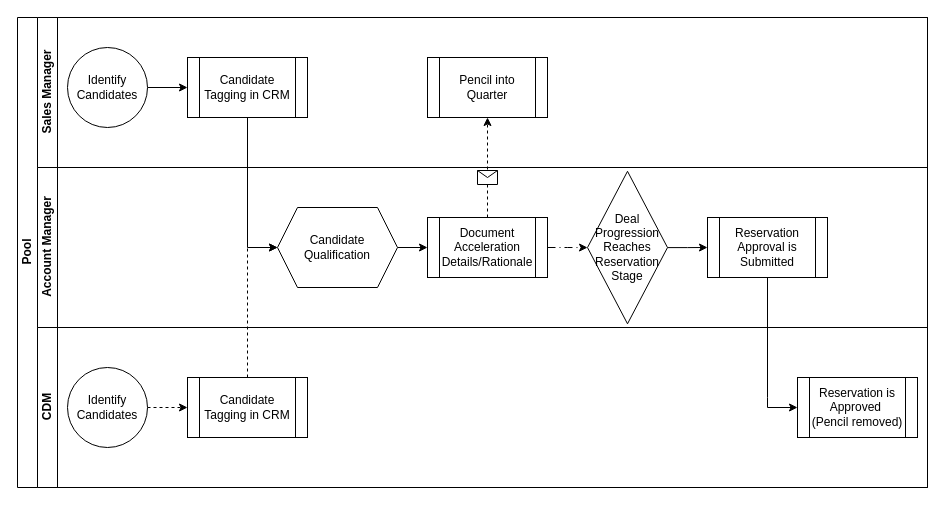
Earlier version of the draw.io diagram page "SwimLane" (3 of 3) of md/Slot Optimization Program Qualification.drawio (dclose84/Training). Source tidied: cells renumbered, new cells numbered last; positions are measured from the earlier drawing's top-left corner, leaving out a move shared by most shapes. Both pictures are drawn from the tidied source at 100%, with x=0, y=0 at pixel (17, 17).
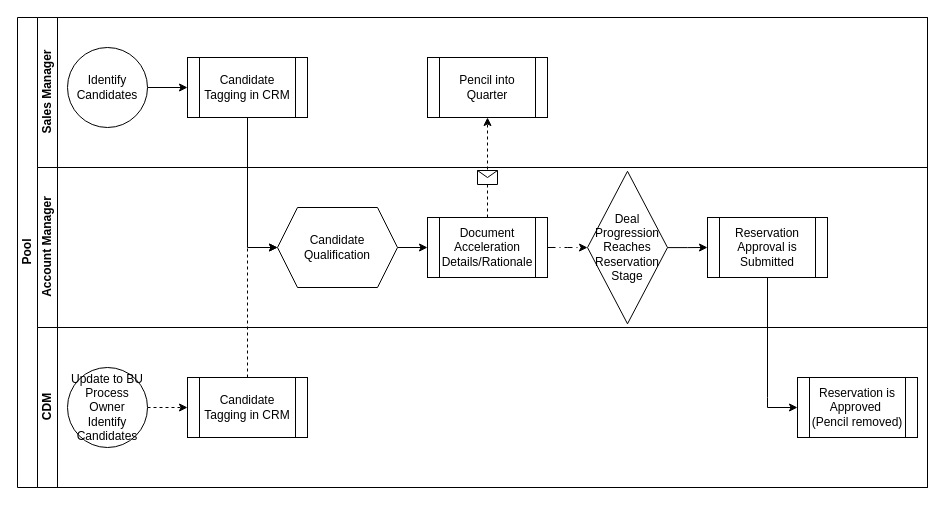
The same page after the edit.

The change refers to these unchanged cells:
```xml
<mxCell id="16" value="CDM" style="swimlane;html=1;startSize=20;horizontal=0;" parent="2" vertex="1">
  <mxGeometry x="20" y="310" width="890" height="160" as="geometry" />
</mxCell>
```

The edit, as a diff of the source:
```diff
@@
-    <mxCell id="19" value="Identify Candidates" style="ellipse;whiteSpace=wrap;html=1;" parent="16" vertex="1">
+    <mxCell id="19" value="Update to BU Process Owner&lt;div&gt;Identify Candidates&lt;/div&gt;" style="ellipse;whiteSpace=wrap;html=1;" parent="16" vertex="1">
       <mxGeometry x="30" y="40" width="80" height="80" as="geometry" />
     </mxCell>
```
